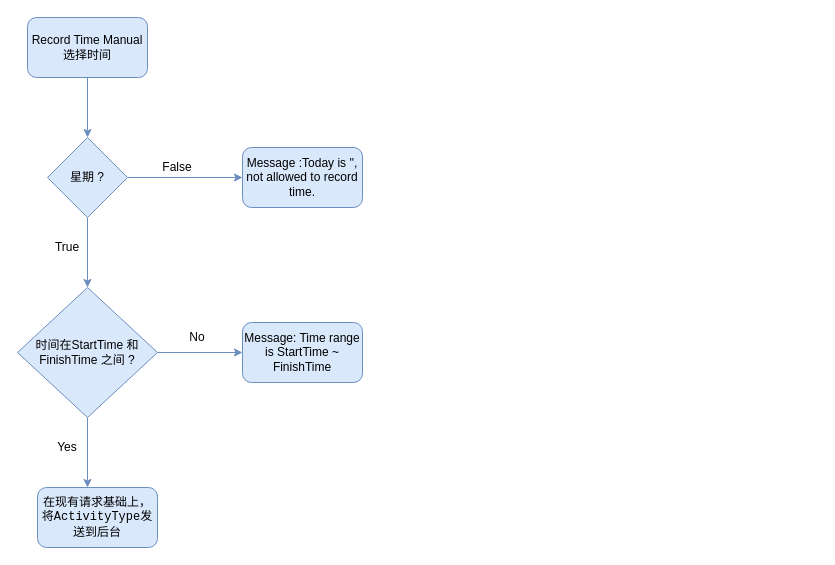
This is Untitled Diagram.drawio from AUGUSTDzw/UML, a draw.io file, before an edit. Source tidied: cells renumbered, new cells numbered last; positions are measured from the earlier drawing's top-left corner, leaving out a move shared by most shapes. Both pictures are drawn from the tidied source at 100%, with x=0, y=0 at pixel (17, 17).
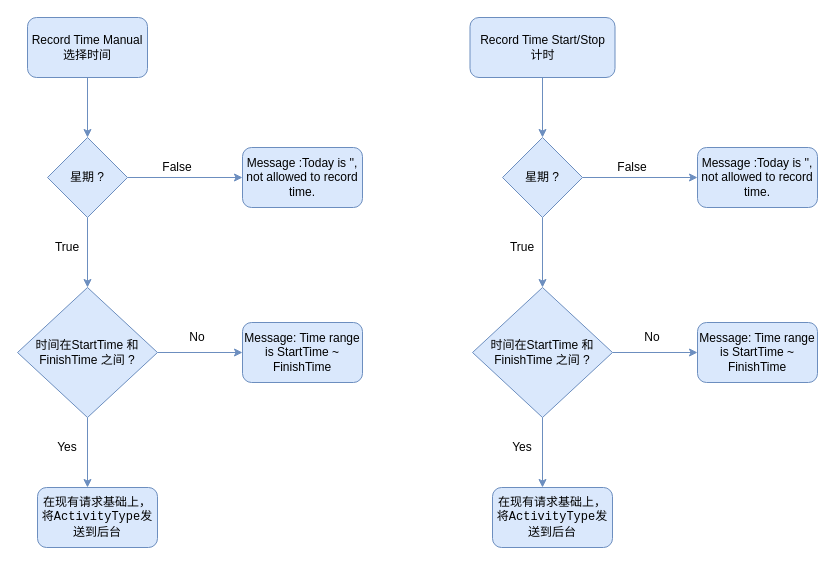
The same diagram, later.

Diff of the diagram source:
```diff
@@
+    <mxCell id="17" style="edgeStyle=orthogonalEdgeStyle;rounded=0;jettySize=auto;html=1;fillColor=#dae8fc;strokeColor=#6c8ebf;" parent="1" edge="1" source="18" target="20">
+      <mxGeometry relative="1" as="geometry" />
+    </mxCell>
+    <mxCell id="18" value="Record Time Start/Stop&lt;br&gt;计时" style="rounded=1;whiteSpace=wrap;html=1;fillColor=#dae8fc;strokeColor=#6c8ebf;" parent="1" vertex="1">
+      <mxGeometry x="452.5" width="145" height="60" as="geometry" />
+    </mxCell>
+    <mxCell id="19" style="edgeStyle=orthogonalEdgeStyle;rounded=0;jettySize=auto;html=1;exitX=1;exitY=0.5;exitDx=0;exitDy=0;entryX=0;entryY=0.5;entryDx=0;entryDy=0;fillColor=#dae8fc;strokeColor=#6c8ebf;" parent="1" edge="1" source="20" target="29">
+      <mxGeometry relative="1" as="geometry" />
+    </mxCell>
+    <mxCell id="20" value="星期 ?" style="rhombus;whiteSpace=wrap;html=1;fillColor=#dae8fc;strokeColor=#6c8ebf;" parent="1" vertex="1">
+      <mxGeometry x="485" y="120" width="80" height="80" as="geometry" />
+    </mxCell>
+    <mxCell id="21" style="endArrow=classic;html=1;fillColor=#dae8fc;strokeColor=#6c8ebf;" parent="1" edge="1">
+      <mxGeometry relative="1" as="geometry">
+        <mxPoint x="525" y="200" as="sourcePoint" />
+        <mxPoint x="525" y="270" as="targetPoint" />
+      </mxGeometry>
+    </mxCell>
+    <mxCell id="22" value="False" style="text;html=1;align=center;verticalAlign=middle;whiteSpace=wrap;rounded=0;" parent="1" vertex="1">
+      <mxGeometry x="595" y="140" width="40" height="20" as="geometry" />
+    </mxCell>
+    <mxCell id="23" value="True" style="text;html=1;align=center;verticalAlign=middle;whiteSpace=wrap;rounded=0;" parent="1" vertex="1">
+      <mxGeometry x="485" y="220" width="40" height="20" as="geometry" />
+    </mxCell>
+    <mxCell id="24" style="edgeStyle=orthogonalEdgeStyle;rounded=0;jettySize=auto;html=1;exitX=1;exitY=0.5;exitDx=0;exitDy=0;entryX=0;entryY=0.5;entryDx=0;entryDy=0;fillColor=#dae8fc;strokeColor=#6c8ebf;" parent="1" edge="1" source="25" target="30">
+      <mxGeometry relative="1" as="geometry" />
+    </mxCell>
+    <mxCell id="25" value="时间在StartTime 和 FinishTime 之间 ?" style="rhombus;whiteSpace=wrap;html=1;fillColor=#dae8fc;strokeColor=#6c8ebf;" parent="1" vertex="1">
+      <mxGeometry x="455" y="270" width="140" height="130" as="geometry" />
+    </mxCell>
+    <mxCell id="26" style="endArrow=classic;html=1;fillColor=#dae8fc;strokeColor=#6c8ebf;" parent="1" edge="1">
+      <mxGeometry relative="1" as="geometry">
+        <mxPoint x="525" y="400" as="sourcePoint" />
+        <mxPoint x="525" y="470" as="targetPoint" />
+      </mxGeometry>
+    </mxCell>
+    <mxCell id="27" value="Yes" style="text;html=1;align=center;verticalAlign=middle;whiteSpace=wrap;rounded=0;" parent="1" vertex="1">
+      <mxGeometry x="485" y="420" width="40" height="20" as="geometry" />
+    </mxCell>
+    <mxCell id="28" value="在现有请求基础上，将&lt;span style=&quot;font-family: consolas, &amp;quot;lucida console&amp;quot;, &amp;quot;courier new&amp;quot;, monospace; text-align: left;&quot;&gt;ActivityType发送到后台&lt;/span&gt;" style="rounded=1;whiteSpace=wrap;html=1;fillColor=#dae8fc;strokeColor=#6c8ebf;fontColor=#000000;" parent="1" vertex="1">
+      <mxGeometry x="475" y="470" width="120" height="60" as="geometry" />
+    </mxCell>
+    <mxCell id="29" value="Message :Today is '', not allowed to record time." style="rounded=1;whiteSpace=wrap;html=1;fillColor=#dae8fc;strokeColor=#6c8ebf;" parent="1" vertex="1">
+      <mxGeometry x="680" y="130" width="120" height="60" as="geometry" />
+    </mxCell>
+    <mxCell id="30" value="Message: Time range is StartTime ~ FinishTime" style="rounded=1;whiteSpace=wrap;html=1;fillColor=#dae8fc;strokeColor=#6c8ebf;" parent="1" vertex="1">
+      <mxGeometry x="680" y="305" width="120" height="60" as="geometry" />
+    </mxCell>
+    <mxCell id="31" value="No" style="text;html=1;align=center;verticalAlign=middle;whiteSpace=wrap;rounded=0;" parent="1" vertex="1">
+      <mxGeometry x="615" y="310" width="40" height="20" as="geometry" />
+    </mxCell>
```
